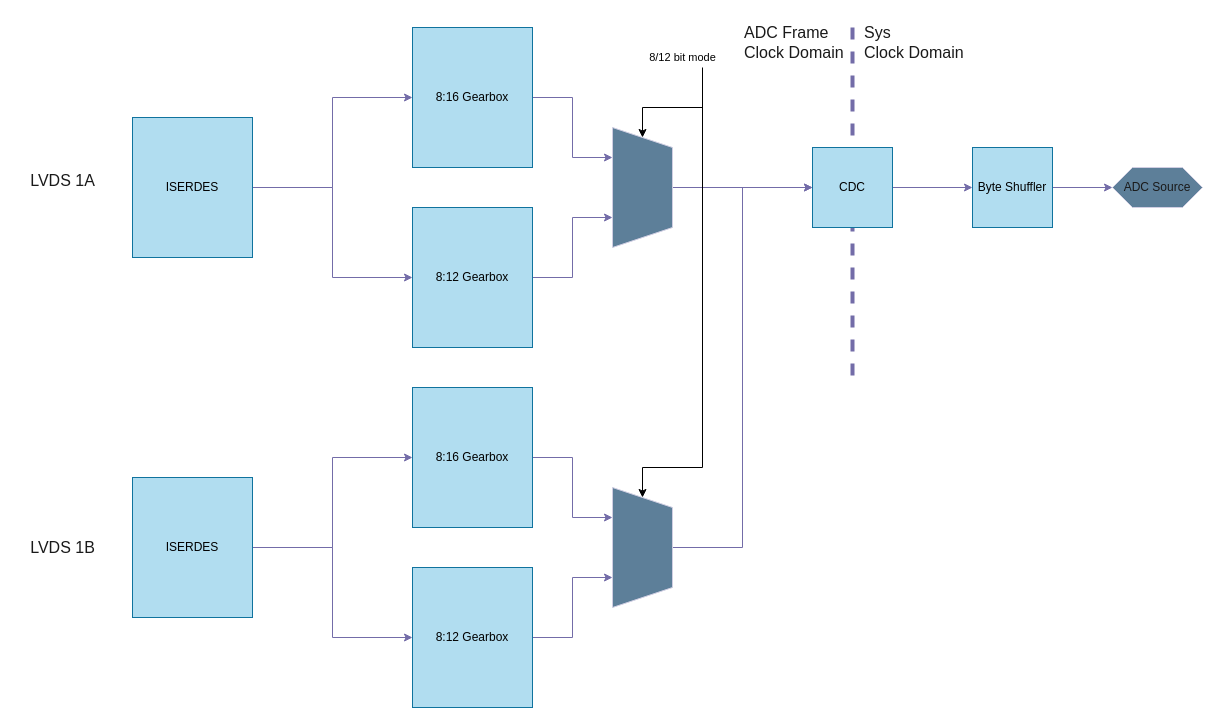
The draw.io diagram page "Page-1" (1 of 2) of doc/adc_data.drawio in EEVengers/thunderscope_litex, before the edit. Source tidied: cells renumbered, new cells numbered last; positions are measured from the earlier drawing's top-left corner, leaving out a move shared by most shapes. Both pictures are drawn from the tidied source at 100%, with x=0, y=0 at pixel (17, 17).
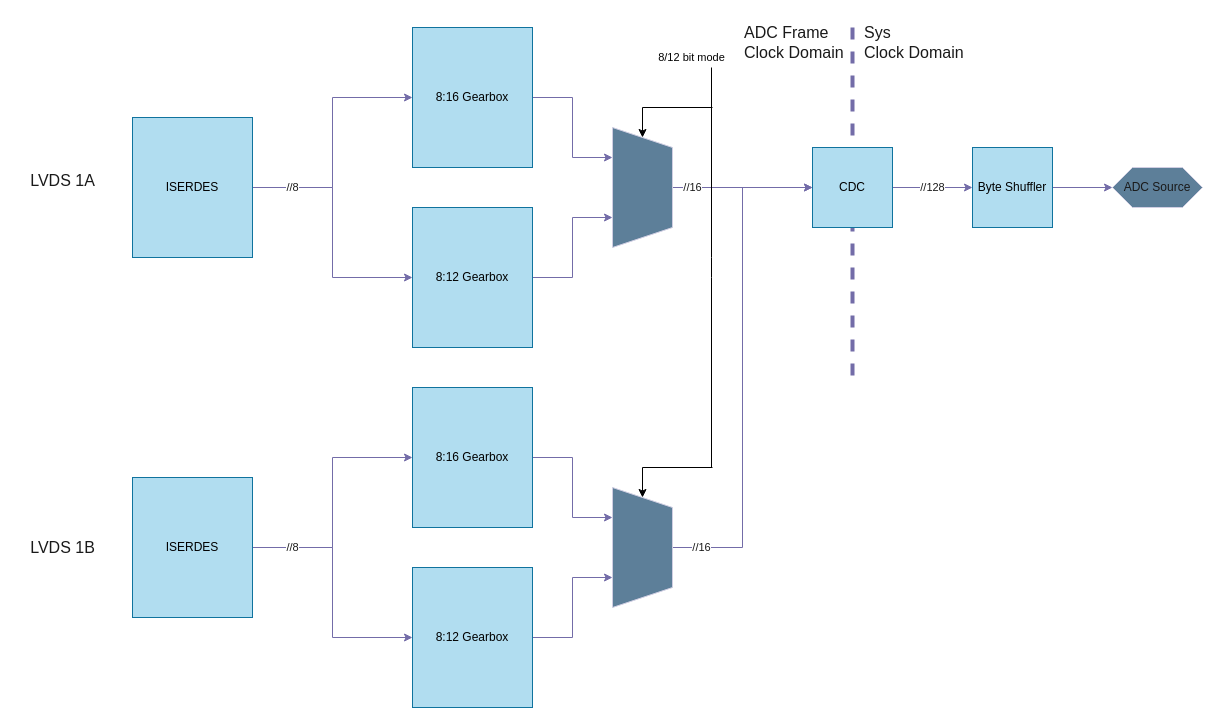
The same diagram, later.

The change refers to these unchanged cells:
```xml
<mxCell id="5" value="ISERDES" style="rounded=0;whiteSpace=wrap;html=1;labelBackgroundColor=none;fillColor=#b1ddf0;strokeColor=#10739e;" parent="1" vertex="1">
  <mxGeometry x="115" y="100" width="120" height="140" as="geometry" />
</mxCell>
<mxCell id="9" value="8:12 Gearbox" style="rounded=0;whiteSpace=wrap;html=1;labelBackgroundColor=none;fillColor=#b1ddf0;strokeColor=#10739e;" parent="1" vertex="1">
  <mxGeometry x="395" y="190" width="120" height="140" as="geometry" />
</mxCell>
<mxCell id="11" style="shape=trapezoid;perimeter=trapezoidPerimeter;whiteSpace=wrap;html=1;fixedSize=1;strokeColor=#D0CEE2;fontColor=#1A1A1A;fillColor=#5D7F99;rotation=90;" parent="1" vertex="1">
  <mxGeometry x="565" y="140" width="120" height="60" as="geometry" />
</mxCell>
<mxCell id="13" value="CDC" style="whiteSpace=wrap;html=1;strokeColor=#10739e;fontColor=default;fillColor=#b1ddf0;rounded=0;align=center;verticalAlign=middle;fontFamily=Helvetica;fontSize=12;labelBackgroundColor=none;" parent="1" vertex="1">
  <mxGeometry x="795" y="130" width="80" height="80" as="geometry" />
</mxCell>
<mxCell id="15" value="Byte Shuffler" style="whiteSpace=wrap;html=1;strokeColor=#10739e;fontColor=default;fillColor=#b1ddf0;rounded=0;align=center;verticalAlign=middle;fontFamily=Helvetica;fontSize=12;labelBackgroundColor=none;" parent="1" vertex="1">
  <mxGeometry x="955" y="130" width="80" height="80" as="geometry" />
</mxCell>
<mxCell id="21" value="ISERDES" style="rounded=0;whiteSpace=wrap;html=1;labelBackgroundColor=none;fillColor=#b1ddf0;strokeColor=#10739e;" parent="1" vertex="1">
  <mxGeometry x="115" y="460" width="120" height="140" as="geometry" />
</mxCell>
<mxCell id="25" value="8:12 Gearbox" style="rounded=0;whiteSpace=wrap;html=1;labelBackgroundColor=none;fillColor=#b1ddf0;strokeColor=#10739e;" parent="1" vertex="1">
  <mxGeometry x="395" y="550" width="120" height="140" as="geometry" />
</mxCell>
<mxCell id="27" style="shape=trapezoid;perimeter=trapezoidPerimeter;whiteSpace=wrap;html=1;fixedSize=1;strokeColor=#D0CEE2;fontColor=#1A1A1A;fillColor=#5D7F99;rotation=90;" parent="1" vertex="1">
  <mxGeometry x="565" y="500" width="120" height="60" as="geometry" />
</mxCell>
```

Change to the diagram source:
```diff
@@
-    <mxCell id="4" style="edgeStyle=orthogonalEdgeStyle;rounded=0;jettySize=auto;html=1;entryX=0;entryY=0.5;entryDx=0;entryDy=0;strokeColor=#736CA8;fontColor=#1A1A1A;" parent="1" edge="1" source="5" target="9">
-      <mxGeometry relative="1" as="geometry" />
+    <mxCell id="4" value="//8" style="edgeStyle=orthogonalEdgeStyle;rounded=0;jettySize=auto;html=1;entryX=0;entryY=0.5;entryDx=0;entryDy=0;strokeColor=#736CA8;fontColor=#1A1A1A;" parent="1" edge="1" source="5" target="9">
+      <mxGeometry x="-0.68" relative="1" as="geometry" />
     </mxCell>
@@
-    <mxCell id="10" style="edgeStyle=orthogonalEdgeStyle;rounded=0;jettySize=auto;html=1;entryX=0;entryY=0.5;entryDx=0;entryDy=0;strokeColor=#736CA8;fontColor=#1A1A1A;" parent="1" edge="1" source="11" target="13">
-      <mxGeometry relative="1" as="geometry" />
+    <mxCell id="10" value="//16" style="edgeStyle=orthogonalEdgeStyle;rounded=0;jettySize=auto;html=1;entryX=0;entryY=0.5;entryDx=0;entryDy=0;strokeColor=#736CA8;fontColor=#1A1A1A;" parent="1" edge="1" source="11" target="13">
+      <mxGeometry x="-0.71" relative="1" as="geometry" />
     </mxCell>
@@
-    <mxCell id="12" style="edgeStyle=orthogonalEdgeStyle;rounded=0;jettySize=auto;html=1;entryX=0;entryY=0.5;entryDx=0;entryDy=0;strokeColor=#736CA8;fontColor=#1A1A1A;" parent="1" edge="1" source="13" target="15">
+    <mxCell id="12" value="//128" style="edgeStyle=orthogonalEdgeStyle;rounded=0;jettySize=auto;html=1;entryX=0;entryY=0.5;entryDx=0;entryDy=0;strokeColor=#736CA8;fontColor=#1A1A1A;" parent="1" edge="1" source="13" target="15">
       <mxGeometry relative="1" as="geometry" />
     </mxCell>
@@
-    <mxCell id="20" style="edgeStyle=orthogonalEdgeStyle;rounded=0;jettySize=auto;html=1;entryX=0;entryY=0.5;entryDx=0;entryDy=0;strokeColor=#736CA8;fontColor=#1A1A1A;" parent="1" edge="1" source="21" target="25">
-      <mxGeometry relative="1" as="geometry" />
+    <mxCell id="20" value="//8" style="edgeStyle=orthogonalEdgeStyle;rounded=0;jettySize=auto;html=1;entryX=0;entryY=0.5;entryDx=0;entryDy=0;strokeColor=#736CA8;fontColor=#1A1A1A;" parent="1" edge="1" source="21" target="25">
+      <mxGeometry x="-0.68" relative="1" as="geometry" />
     </mxCell>
@@
-    <mxCell id="26" style="edgeStyle=orthogonalEdgeStyle;rounded=0;jettySize=auto;html=1;entryX=0;entryY=0.5;entryDx=0;entryDy=0;strokeColor=#736CA8;fontColor=#1A1A1A;" parent="1" edge="1" source="27" target="13">
-      <mxGeometry relative="1" as="geometry" />
+    <mxCell id="26" value="//16" style="edgeStyle=orthogonalEdgeStyle;rounded=0;jettySize=auto;html=1;entryX=0;entryY=0.5;entryDx=0;entryDy=0;strokeColor=#736CA8;fontColor=#1A1A1A;" parent="1" edge="1" source="27" target="13">
+      <mxGeometry x="-0.88" relative="1" as="geometry">
+        <mxPoint x="-1" as="offset" />
+      </mxGeometry>
     </mxCell>
@@
     <mxCell id="30" value="8/12 bit mode" style="endArrow=none;html=1;endFill=0;" parent="1" edge="1">
       <mxGeometry x="-1" y="-22" relative="1" as="geometry">
-        <mxPoint x="685" y="50" as="sourcePoint" />
-        <mxPoint x="685" y="450" as="targetPoint" />
+        <mxPoint x="694" y="50" as="sourcePoint" />
+        <mxPoint x="694" y="450" as="targetPoint" />
+        <Array as="points">
+          <mxPoint x="694" y="250" />
+        </Array>
         <mxPoint x="2" y="-10" as="offset" />
       </mxGeometry>
     </mxCell>
     <mxCell id="31" style="endArrow=classic;html=1;entryX=0;entryY=0.5;entryDx=0;entryDy=0;rounded=0;curved=0;" parent="1" edge="1" target="11">
       <mxGeometry relative="1" as="geometry">
-        <mxPoint x="685" y="90" as="sourcePoint" />
+        <mxPoint x="695" y="90" as="sourcePoint" />
         <Array as="points">
           <mxPoint x="625" y="90" />
         </Array>
       </mxGeometry>
     </mxCell>
     <mxCell id="32" style="endArrow=classic;html=1;entryX=0;entryY=0.5;entryDx=0;entryDy=0;rounded=0;curved=0;" parent="1" edge="1">
       <mxGeometry relative="1" as="geometry">
-        <mxPoint x="685" y="450" as="sourcePoint" />
+        <mxPoint x="695" y="450" as="sourcePoint" />
         <mxPoint x="625" y="480" as="targetPoint" />
         <Array as="points">
           <mxPoint x="625" y="450" />
         </Array>
       </mxGeometry>
     </mxCell>
```
